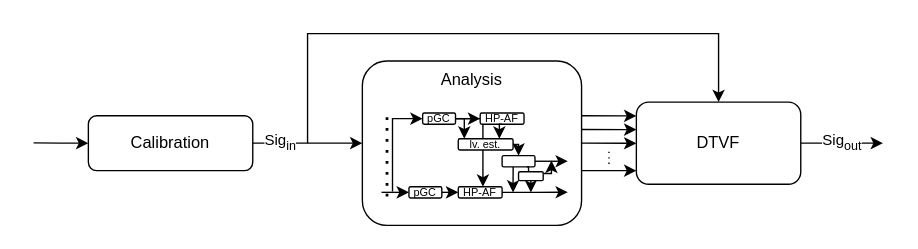
Before: WHIS-Blockdiagramm.drawio in dirkbr/draw.io, a draw.io diagram. Source tidied: cells renumbered, new cells numbered last; positions are measured from the earlier drawing's top-left corner, leaving out a move shared by most shapes. Both pictures are drawn from the tidied source at 137%, with x=0, y=0 at pixel (33, 33).
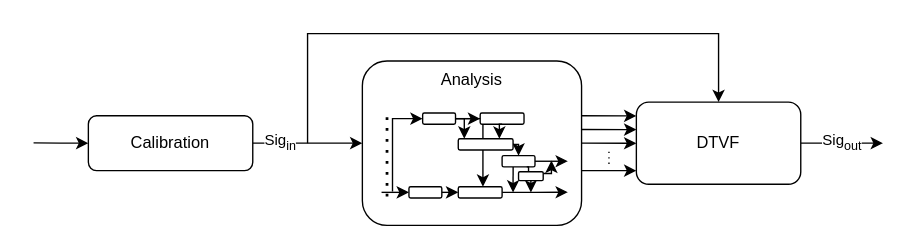
The same diagram, later.

Change to the diagram source:
```diff
@@
-    <mxCell id="18" value="pGC" style="rounded=1;whiteSpace=wrap;html=1;fontSize=8;" parent="1" vertex="1">
+    <mxCell id="18" style="rounded=1;whiteSpace=wrap;html=1;fontSize=8;" parent="1" vertex="1">
       <mxGeometry x="284" y="58" width="24" height="8.2" as="geometry" />
     </mxCell>
-    <mxCell id="19" value="HP-AF" style="rounded=1;whiteSpace=wrap;html=1;fontSize=8;" parent="1" vertex="1">
+    <mxCell id="19" style="rounded=1;whiteSpace=wrap;html=1;fontSize=8;" parent="1" vertex="1">
       <mxGeometry x="326" y="58" width="32" height="8.2" as="geometry" />
     </mxCell>
@@
-    <mxCell id="21" value="lv. est." style="rounded=1;whiteSpace=wrap;html=1;fontSize=8;" parent="1" vertex="1">
+    <mxCell id="21" style="rounded=1;whiteSpace=wrap;html=1;fontSize=8;" parent="1" vertex="1">
       <mxGeometry x="310" y="76.8" width="40" height="8.2" as="geometry" />
     </mxCell>
@@
-    <mxCell id="27" value="&lt;div style=&quot;font-size: 8px;&quot;&gt;pGC&lt;/div&gt;" style="rounded=1;whiteSpace=wrap;html=1;fontSize=8;" parent="1" vertex="1">
+    <mxCell id="27" style="rounded=1;whiteSpace=wrap;html=1;fontSize=8;" parent="1" vertex="1">
       <mxGeometry x="274" y="111.8" width="24" height="8.2" as="geometry" />
     </mxCell>
@@
-    <mxCell id="29" value="&lt;div style=&quot;font-size: 8px;&quot;&gt;HP-AF&lt;/div&gt;" style="rounded=1;whiteSpace=wrap;html=1;fontSize=8;" parent="1" vertex="1">
+    <mxCell id="29" style="rounded=1;whiteSpace=wrap;html=1;fontSize=8;" parent="1" vertex="1">
       <mxGeometry x="310" y="111.8" width="32" height="8.2" as="geometry" />
     </mxCell>
```
